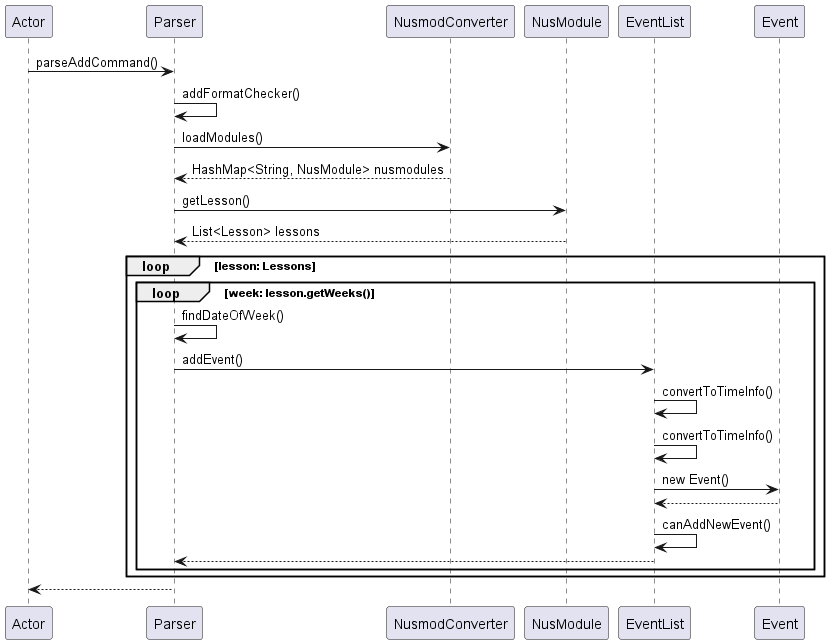
This is docs/UML/Images/addModules.png from nus-cs2113-AY2223S2/tp, a PlantUML export, as it was before one commit. Source of this version:
```plantuml
@startuml
Actor -> Parser : parseAddCommand()
Parser -> Parser : addFormatChecker()
Parser -> NusmodConverter : loadModules()
NusmodConverter --> Parser : HashMap<String, NusModule> nusmodules
Parser -> NusModule : getLesson()
NusModule --> Parser : List<Lesson> lessons
loop lesson: Lessons
    loop week: lesson.getWeeks()
        Parser -> Parser : findDateOfWeek()
        Parser -> EventList : addEvent()
        EventList -> EventList : convertToTimeInfo()
        EventList -> EventList : convertToTimeInfo()
        EventList -> Event : new Event()
        Event  --> EventList
        EventList -> EventList : canAddNewEvent()
        EventList --> Parser
    end
end
Parser --> Actor
@enduml
```
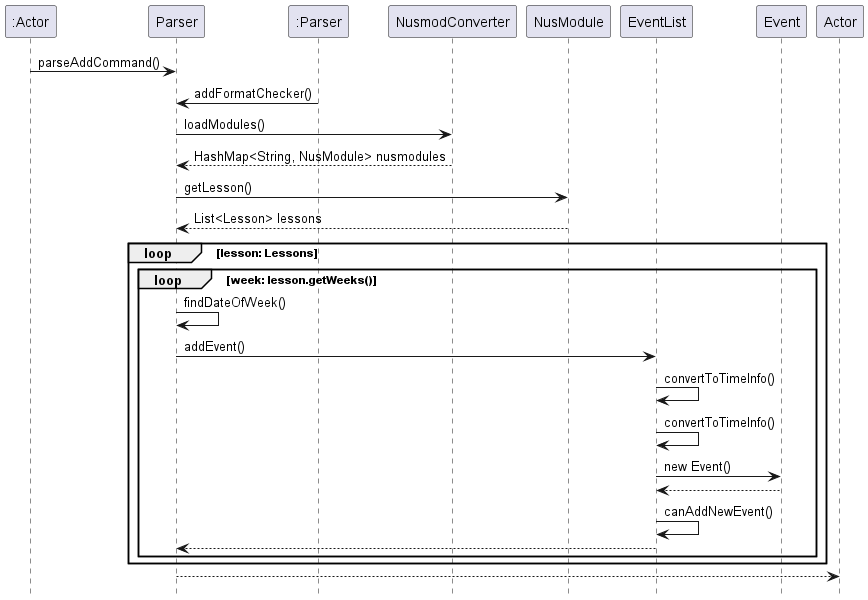
After the commit.

What changed in the source:
```diff
@@ -1,6 +1,6 @@
 @startuml
-Actor -> Parser : parseAddCommand()
-Parser -> Parser : addFormatChecker()
+":Actor" -> Parser : parseAddCommand()
+":Parser" -> Parser : addFormatChecker()
 Parser -> NusmodConverter : loadModules()
 NusmodConverter --> Parser : HashMap<String, NusModule> nusmodules
 Parser -> NusModule : getLesson()
@@ -18,4 +18,5 @@
     end
 end
 Parser --> Actor
+hide footbox
 @enduml
```
